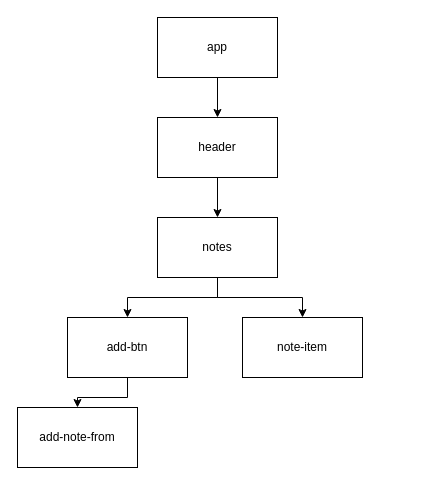
Earlier version of the draw.io diagram notetaking.drawio (pauliee99/notetaking). Source tidied: cells renumbered, new cells numbered last; positions are measured from the earlier drawing's top-left corner, leaving out a move shared by most shapes. Both pictures are drawn from the tidied source at 100%, with x=0, y=0 at pixel (17, 17).
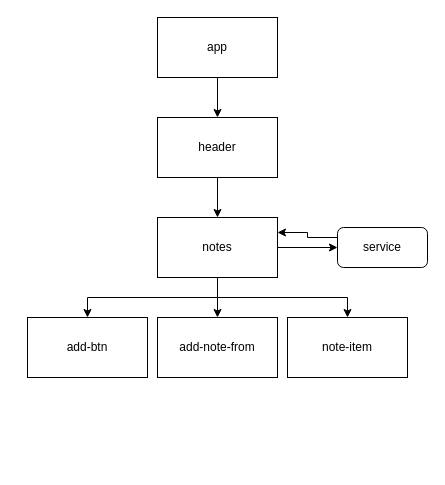
The same diagram, later.

What changed in the source:
```diff
@@
 <mxGraphModel>
   <root>
     <mxCell id="0" />
     <mxCell id="1" parent="0" />
     <mxCell id="2" style="edgeStyle=orthogonalEdgeStyle;rounded=0;jettySize=auto;html=1;exitX=0.5;exitY=1;exitDx=0;exitDy=0;entryX=0.5;entryY=0;entryDx=0;entryDy=0;" parent="1" edge="1" source="3" target="5">
       <mxGeometry relative="1" as="geometry" />
     </mxCell>
     <mxCell id="3" value="app" style="rounded=0;whiteSpace=wrap;html=1;" parent="1" vertex="1">
       <mxGeometry x="140" width="120" height="60" as="geometry" />
     </mxCell>
     <mxCell id="4" style="edgeStyle=orthogonalEdgeStyle;rounded=0;jettySize=auto;html=1;exitX=0.5;exitY=1;exitDx=0;exitDy=0;entryX=0.5;entryY=0;entryDx=0;entryDy=0;" parent="1" edge="1" source="5" target="8">
       <mxGeometry relative="1" as="geometry" />
     </mxCell>
     <mxCell id="5" value="header" style="rounded=0;whiteSpace=wrap;html=1;" parent="1" vertex="1">
       <mxGeometry x="140" y="100" width="120" height="60" as="geometry" />
     </mxCell>
     <mxCell id="6" style="edgeStyle=orthogonalEdgeStyle;rounded=0;jettySize=auto;html=1;exitX=0.5;exitY=1;exitDx=0;exitDy=0;entryX=0.5;entryY=0;entryDx=0;entryDy=0;" parent="1" edge="1" source="8" target="10">
       <mxGeometry relative="1" as="geometry" />
     </mxCell>
     <mxCell id="7" style="edgeStyle=orthogonalEdgeStyle;rounded=0;jettySize=auto;html=1;exitX=0.5;exitY=1;exitDx=0;exitDy=0;entryX=0.5;entryY=0;entryDx=0;entryDy=0;" parent="1" edge="1" source="8" target="11">
       <mxGeometry relative="1" as="geometry" />
     </mxCell>
+    <mxCell id="13" style="edgeStyle=orthogonalEdgeStyle;rounded=0;jettySize=auto;html=1;exitX=0.5;exitY=1;exitDx=0;exitDy=0;entryX=0.5;entryY=0;entryDx=0;entryDy=0;" parent="1" edge="1" source="8" target="12">
+      <mxGeometry relative="1" as="geometry" />
+    </mxCell>
+    <mxCell id="14" style="edgeStyle=orthogonalEdgeStyle;rounded=0;jettySize=auto;html=1;exitX=1;exitY=0.5;exitDx=0;exitDy=0;entryX=0;entryY=0.5;entryDx=0;entryDy=0;" parent="1" edge="1" source="8" target="16">
+      <mxGeometry relative="1" as="geometry" />
+    </mxCell>
     <mxCell id="8" value="notes" style="rounded=0;whiteSpace=wrap;html=1;" parent="1" vertex="1">
       <mxGeometry x="140" y="200" width="120" height="60" as="geometry" />
     </mxCell>
-    <mxCell id="9" style="edgeStyle=orthogonalEdgeStyle;rounded=0;jettySize=auto;html=1;exitX=0.5;exitY=1;exitDx=0;exitDy=0;entryX=0.5;entryY=0;entryDx=0;entryDy=0;" parent="1" edge="1" source="10" target="12">
-      <mxGeometry relative="1" as="geometry" />
-    </mxCell>
     <mxCell id="10" value="add-btn" style="rounded=0;whiteSpace=wrap;html=1;" parent="1" vertex="1">
-      <mxGeometry x="50" y="300" width="120" height="60" as="geometry" />
+      <mxGeometry x="10" y="300" width="120" height="60" as="geometry" />
     </mxCell>
     <mxCell id="11" value="note-item" style="rounded=0;whiteSpace=wrap;html=1;" parent="1" vertex="1">
-      <mxGeometry x="225" y="300" width="120" height="60" as="geometry" />
+      <mxGeometry x="270" y="300" width="120" height="60" as="geometry" />
     </mxCell>
     <mxCell id="12" value="add-note-from" style="rounded=0;whiteSpace=wrap;html=1;" parent="1" vertex="1">
-      <mxGeometry y="390" width="120" height="60" as="geometry" />
+      <mxGeometry x="140" y="300" width="120" height="60" as="geometry" />
     </mxCell>
+    <mxCell id="15" style="edgeStyle=orthogonalEdgeStyle;rounded=0;jettySize=auto;html=1;exitX=0;exitY=0.25;exitDx=0;exitDy=0;entryX=1;entryY=0.25;entryDx=0;entryDy=0;" parent="1" edge="1" source="16" target="8">
+      <mxGeometry relative="1" as="geometry" />
+    </mxCell>
+    <mxCell id="16" value="service" style="rounded=1;whiteSpace=wrap;html=1;" parent="1" vertex="1">
+      <mxGeometry x="320" y="210" width="90" height="40" as="geometry" />
+    </mxCell>
   </root>
 </mxGraphModel>
```
